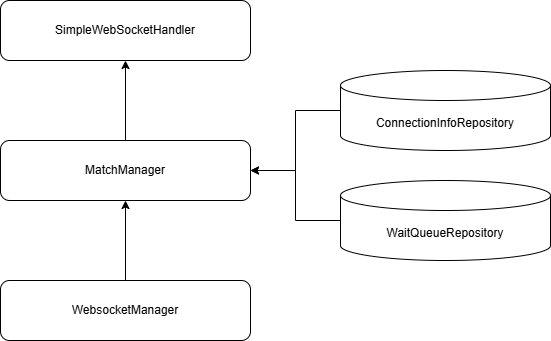
koojawon/koojawon.github.io keeps this draw.io diagram as assets/img/diagram1.png. Above is the earlier version. Source tidied: cells renumbered, new cells last; positions are measured from the earlier drawing's top-left corner, leaving out a move shared by most shapes.
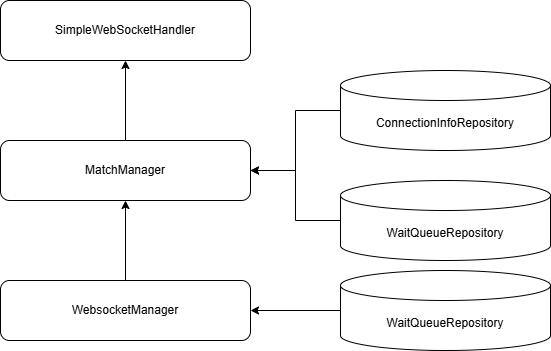
After the commit.

Commit message:
이미지 수정

The edit, as a diff of the source:
```diff
@@ -29,5 +29,11 @@
     <mxCell id="10" value="WaitQueueRepository" style="shape=cylinder3;whiteSpace=wrap;html=1;boundedLbl=1;backgroundOutline=1;size=15;" parent="1" vertex="1">
       <mxGeometry x="340" y="180" width="210" height="80" as="geometry" />
     </mxCell>
+    <mxCell id="11" style="edgeStyle=orthogonalEdgeStyle;rounded=0;jettySize=auto;html=1;" parent="1" edge="1" source="12" target="6">
+      <mxGeometry relative="1" as="geometry" />
+    </mxCell>
+    <mxCell id="12" value="WaitQueueRepository" style="shape=cylinder3;whiteSpace=wrap;html=1;boundedLbl=1;backgroundOutline=1;size=15;" parent="1" vertex="1">
+      <mxGeometry x="340" y="270" width="210" height="80" as="geometry" />
+    </mxCell>
   </root>
 </mxGraphModel>
```
